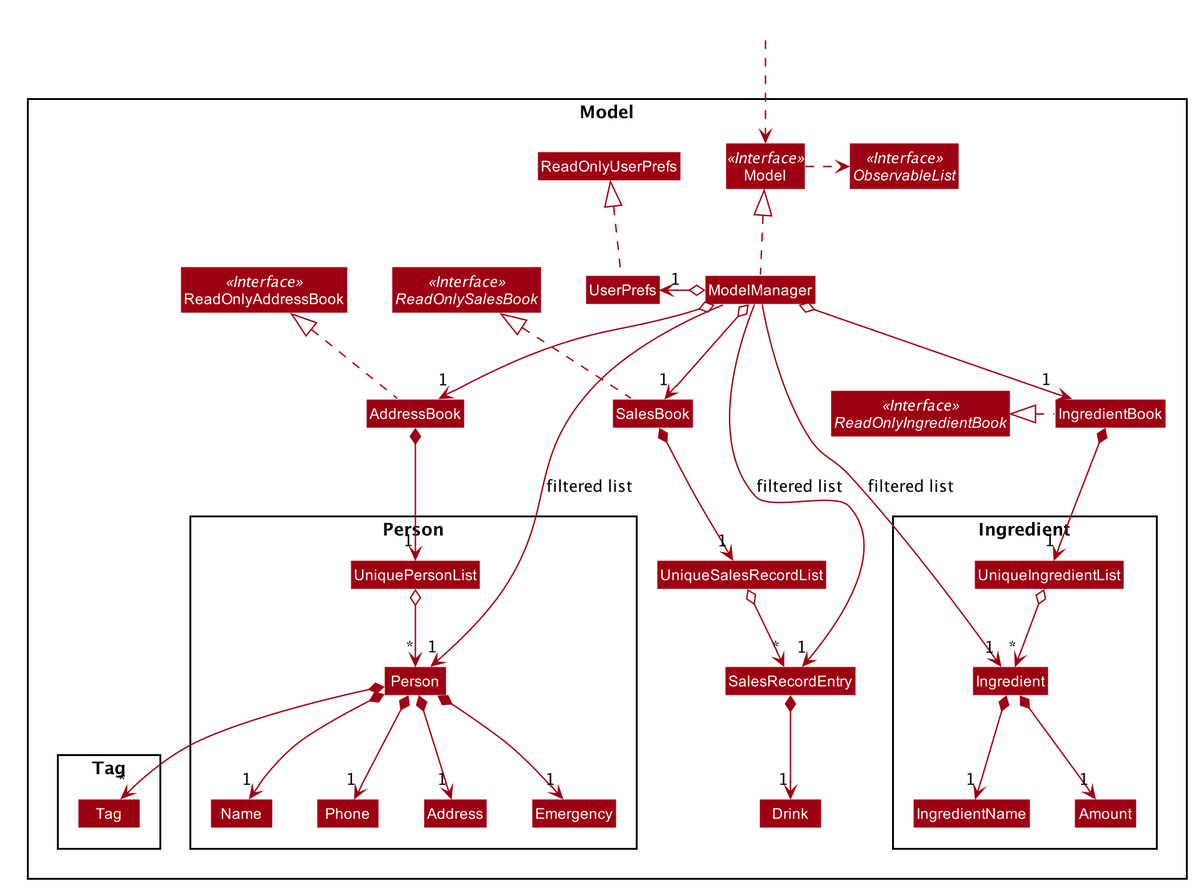
The PlantUML diagram docs/images/ModelClassDiagram.png in nus-cs2103-AY2021S1/tp, before a commit. Its source is kept beside it as docs/diagrams/ModelClassDiagram.puml.
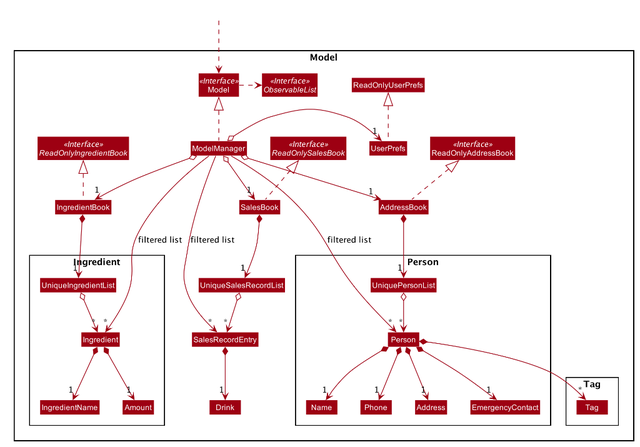
The same file after the commit.

Diff of the diagram source:
```diff
@@ -27,7 +27,7 @@
 Class Address
 Class Name
 Class Phone
-Class Emergency
+Class EmergencyContact
 Class UniquePersonList
 }
 
@@ -48,7 +48,7 @@
 
 AddressBook .up.|> ReadOnlyAddressBook
 SalesBook .up.|> ReadOnlySalesBook
-IngredientBook .up|> ReadOnlyIngredientBook
+IngredientBook .up.|> ReadOnlyIngredientBook
 
 ModelManager .up.|> Model
 Model .right.> ObservableList
@@ -67,7 +67,7 @@
 
 Person *--> "1" Name
 Person *--> "1" Phone
-Person *--> "1" Emergency
+Person *--> "1" EmergencyContact
 Person *--> "1" Address
 Person *--> "*" Tag
 
@@ -79,7 +79,7 @@
 Phone -[hidden]right-> Address
 
 
-ModelManager -->"1" Person : filtered list
-ModelManager -->"1" Ingredient : filtered list
-ModelManager -->"1" SalesRecordEntry : filtered list
+ModelManager -->"*" Person : filtered list
+ModelManager -->"*" Ingredient : filtered list
+ModelManager -->"*" SalesRecordEntry : filtered list
 @enduml
```
